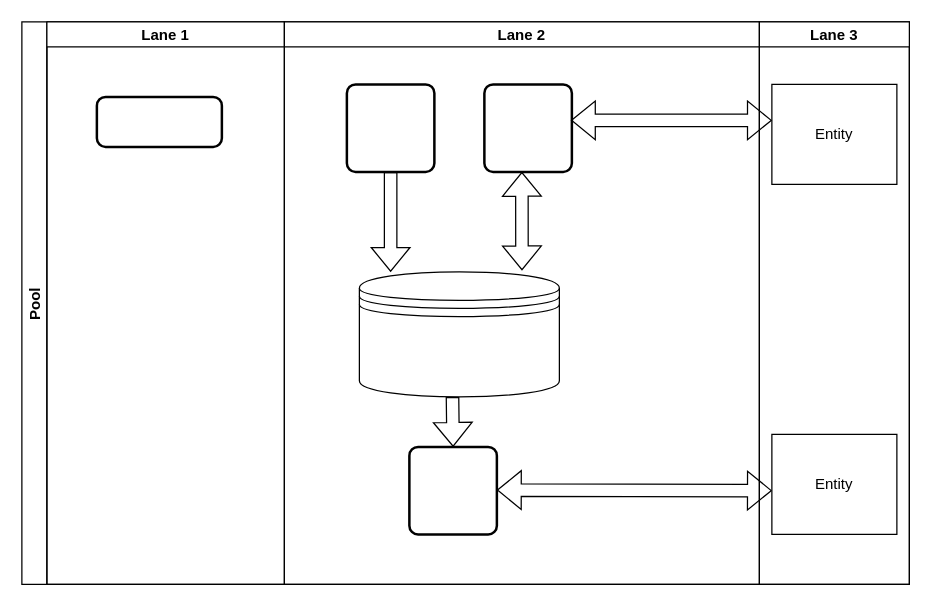
The draw.io diagram page "HBA1C flow" (2 of 2) of Remit.drawio in pawangit18/Drawing, before the edit. Source tidied: cells renumbered, new cells numbered last; positions are measured from the earlier drawing's top-left corner, leaving out a move shared by most shapes. Both pictures are drawn from the tidied source at 125%, with x=0, y=0 at pixel (21, 21).
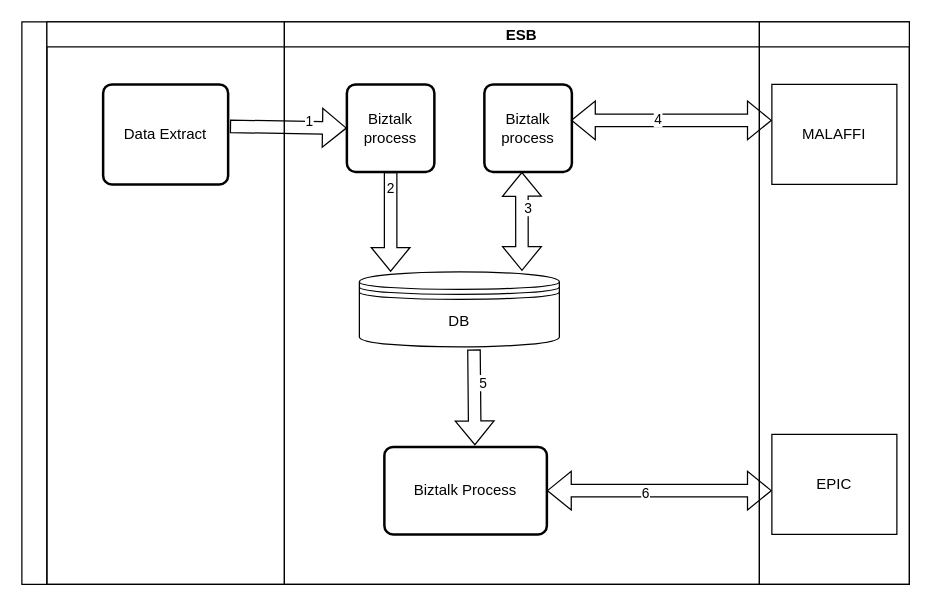
The same diagram, later.

The change refers to these unchanged cells:
```xml
<mxCell id="8" style="shape=flexArrow;endArrow=classic;startArrow=classic;html=1;rounded=0;entryX=0.813;entryY=-0.012;entryDx=0;entryDy=0;entryPerimeter=0;" parent="5" edge="1" target="16">
  <mxGeometry relative="1" as="geometry">
    <mxPoint x="190" y="120" as="sourcePoint" />
  </mxGeometry>
</mxCell>
<mxCell id="15" style="shape=flexArrow;endArrow=classic;startArrow=classic;html=1;rounded=0;exitX=0.989;exitY=0.411;exitDx=0;exitDy=0;exitPerimeter=0;entryX=0;entryY=0.36;entryDx=0;entryDy=0;entryPerimeter=0;" parent="2" edge="1" source="7" target="13">
  <mxGeometry relative="1" as="geometry" />
</mxCell>
<mxCell id="17" style="shape=flexArrow;endArrow=classic;html=1;rounded=0;exitX=0.5;exitY=1;exitDx=0;exitDy=0;entryX=0.214;entryY=0;entryDx=0;entryDy=0;entryPerimeter=0;" parent="1" edge="1" source="6">
  <mxGeometry relative="1" as="geometry">
    <mxPoint x="295" y="200" as="targetPoint" />
  </mxGeometry>
</mxCell>
```

What changed in the source:
```diff
@@
-    <mxCell id="2" value="Pool" style="swimlane;startSize=20;horizontal=0;" parent="1" vertex="1">
+    <mxCell id="2" style="swimlane;startSize=20;horizontal=0;" parent="1" vertex="1">
       <mxGeometry width="710" height="450" as="geometry" />
     </mxCell>
-    <mxCell id="3" value="Lane 1" style="swimlane;startSize=20;" parent="2" vertex="1">
+    <mxCell id="3" style="swimlane;startSize=20;" parent="2" vertex="1">
       <mxGeometry x="20" width="190" height="450" as="geometry" />
     </mxCell>
-    <mxCell id="4" style="rounded=1;whiteSpace=wrap;html=1;absoluteArcSize=1;arcSize=14;strokeWidth=2;" parent="3" vertex="1">
-      <mxGeometry x="40" y="60" width="100" height="40" as="geometry" />
+    <mxCell id="4" value="Data Extract" style="rounded=1;whiteSpace=wrap;html=1;absoluteArcSize=1;arcSize=14;strokeWidth=2;" parent="3" vertex="1">
+      <mxGeometry x="45" y="50" width="100" height="80" as="geometry" />
     </mxCell>
-    <mxCell id="5" value="Lane 2" style="swimlane;startSize=20;" parent="2" vertex="1">
+    <mxCell id="5" value="ESB" style="swimlane;startSize=20;" parent="2" vertex="1">
       <mxGeometry x="210" width="380" height="450" as="geometry" />
     </mxCell>
-    <mxCell id="6" style="rounded=1;whiteSpace=wrap;html=1;absoluteArcSize=1;arcSize=14;strokeWidth=2;" parent="5" vertex="1">
+    <mxCell id="6" value="Biztalk process" style="rounded=1;whiteSpace=wrap;html=1;absoluteArcSize=1;arcSize=14;strokeWidth=2;" parent="5" vertex="1">
       <mxGeometry x="50" y="50" width="70" height="70" as="geometry" />
     </mxCell>
-    <mxCell id="7" style="rounded=1;whiteSpace=wrap;html=1;absoluteArcSize=1;arcSize=14;strokeWidth=2;" parent="5" vertex="1">
+    <mxCell id="7" value="Biztalk process" style="rounded=1;whiteSpace=wrap;html=1;absoluteArcSize=1;arcSize=14;strokeWidth=2;" parent="5" vertex="1">
       <mxGeometry x="160" y="50" width="70" height="70" as="geometry" />
     </mxCell>
@@
+    <mxCell id="18" value="3" style="edgeLabel;html=1;align=center;verticalAlign=middle;" parent="8" vertex="1">
+      <mxGeometry x="-0.28" y="4" relative="1" as="geometry" />
+    </mxCell>
-    <mxCell id="9" style="rounded=1;whiteSpace=wrap;html=1;absoluteArcSize=1;arcSize=14;strokeWidth=2;" parent="5" vertex="1">
-      <mxGeometry x="100" y="340" width="70" height="70" as="geometry" />
+    <mxCell id="9" value="Biztalk Process" style="rounded=1;whiteSpace=wrap;html=1;absoluteArcSize=1;arcSize=14;strokeWidth=2;" parent="5" vertex="1">
+      <mxGeometry x="80" y="340" width="130" height="70" as="geometry" />
     </mxCell>
-    <mxCell id="10" style="shape=flexArrow;endArrow=classic;startArrow=classic;html=1;rounded=0;exitX=0.989;exitY=0.411;exitDx=0;exitDy=0;exitPerimeter=0;" parent="5" edge="1">
+    <mxCell id="10" style="shape=flexArrow;endArrow=classic;startArrow=classic;html=1;rounded=0;exitX=1;exitY=0.5;exitDx=0;exitDy=0;" parent="5" edge="1" source="9">
       <mxGeometry relative="1" as="geometry">
-        <mxPoint x="170" y="374.5" as="sourcePoint" />
         <mxPoint x="390" y="375" as="targetPoint" />
       </mxGeometry>
     </mxCell>
-    <mxCell id="11" style="shape=flexArrow;endArrow=classic;html=1;rounded=0;exitX=0.5;exitY=1;exitDx=0;exitDy=0;" parent="5" edge="1">
-      <mxGeometry relative="1" as="geometry">
-        <mxPoint x="134.5" y="300" as="sourcePoint" />
-        <mxPoint x="135" y="340" as="targetPoint" />
-      </mxGeometry>
-    </mxCell>
+    <mxCell id="19" value="6" style="edgeLabel;html=1;align=center;verticalAlign=middle;" parent="10" vertex="1">
+      <mxGeometry x="-0.13" y="-1" relative="1" as="geometry" />
+    </mxCell>
-    <mxCell id="12" value="Lane 3" style="swimlane;startSize=20;" parent="2" vertex="1">
+    <mxCell id="12" style="swimlane;startSize=20;" parent="2" vertex="1">
       <mxGeometry x="590" width="120" height="450" as="geometry" />
     </mxCell>
-    <mxCell id="13" value="Entity" style="whiteSpace=wrap;html=1;align=center;" parent="12" vertex="1">
+    <mxCell id="13" value="MALAFFI" style="whiteSpace=wrap;html=1;align=center;" parent="12" vertex="1">
       <mxGeometry x="10" y="50" width="100" height="80" as="geometry" />
     </mxCell>
-    <mxCell id="14" value="Entity" style="whiteSpace=wrap;html=1;align=center;" parent="12" vertex="1">
+    <mxCell id="14" value="EPIC" style="whiteSpace=wrap;html=1;align=center;" parent="12" vertex="1">
       <mxGeometry x="10" y="330" width="100" height="80" as="geometry" />
     </mxCell>
@@
+    <mxCell id="20" value="4" style="edgeLabel;html=1;align=center;verticalAlign=middle;" parent="15" vertex="1">
+      <mxGeometry x="-0.14" y="1" relative="1" as="geometry" />
+    </mxCell>
+    <mxCell id="21" style="shape=flexArrow;endArrow=classic;html=1;rounded=0;entryX=0;entryY=0.5;entryDx=0;entryDy=0;exitX=1.014;exitY=0.42;exitDx=0;exitDy=0;exitPerimeter=0;" parent="2" edge="1" source="4" target="6">
+      <mxGeometry relative="1" as="geometry" />
+    </mxCell>
+    <mxCell id="22" value="1" style="edgeLabel;html=1;align=center;verticalAlign=middle;" parent="21" vertex="1">
+      <mxGeometry x="0.34" y="5" relative="1" as="geometry" />
+    </mxCell>
-    <mxCell id="16" style="shape=datastore;whiteSpace=wrap;html=1;" parent="1" vertex="1">
-      <mxGeometry x="270" y="200" width="160" height="100" as="geometry" />
+    <mxCell id="16" value="DB" style="shape=datastore;whiteSpace=wrap;html=1;" parent="1" vertex="1">
+      <mxGeometry x="270" y="200" width="160" height="60" as="geometry" />
     </mxCell>
@@
+    <mxCell id="23" value="2" style="edgeLabel;html=1;align=center;verticalAlign=middle;" parent="17" vertex="1">
+      <mxGeometry x="-0.71" y="-1" relative="1" as="geometry" />
+    </mxCell>
+    <mxCell id="11" style="shape=flexArrow;endArrow=classic;html=1;rounded=0;entryX=0.557;entryY=-0.017;entryDx=0;entryDy=0;exitX=0.573;exitY=1.033;exitDx=0;exitDy=0;exitPerimeter=0;entryPerimeter=0;" parent="1" edge="1" source="16" target="9">
+      <mxGeometry relative="1" as="geometry" />
+    </mxCell>
+    <mxCell id="24" value="5" style="edgeLabel;html=1;align=center;verticalAlign=middle;" parent="11" vertex="1">
+      <mxGeometry x="-0.31" y="7" relative="1" as="geometry" />
+    </mxCell>
```
